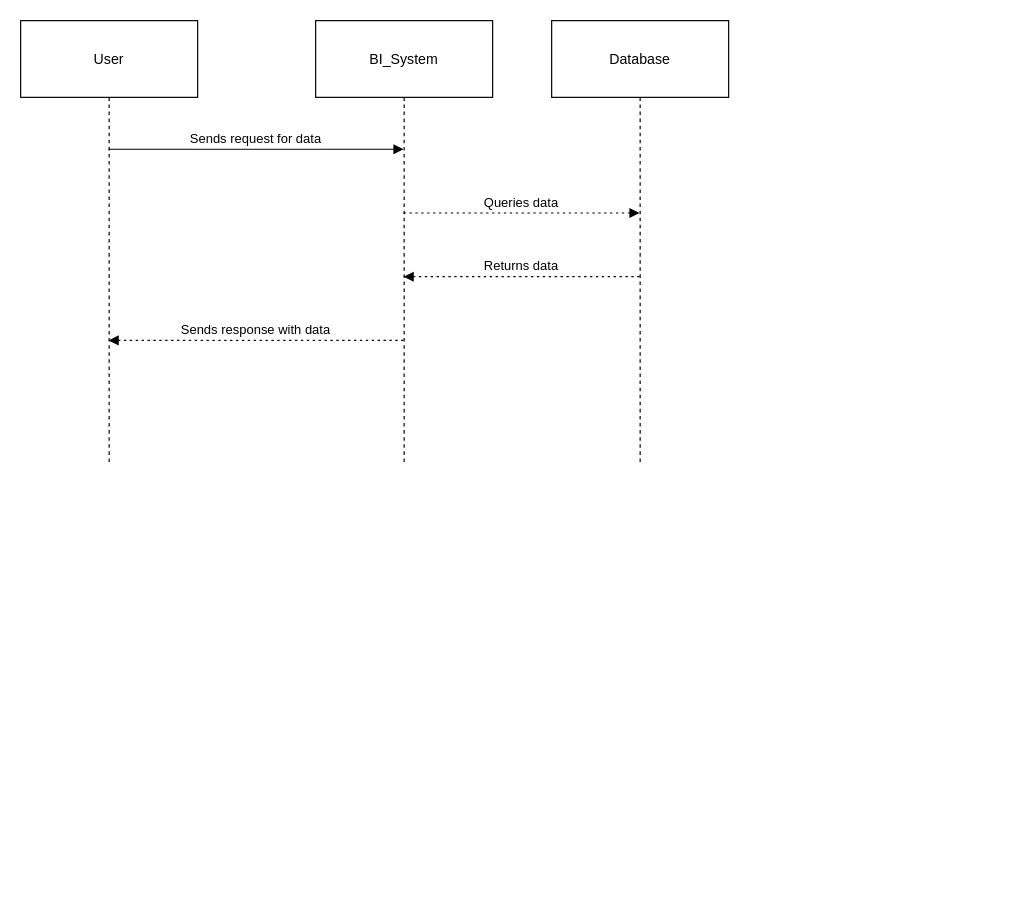
irtezachy/Design-Business-Inteligent-System keeps this draw.io diagram as BI System.drawio. Above is the earlier version. Source tidied: cells renumbered, new cells numbered last; positions are measured from the earlier drawing's top-left corner, leaving out a move shared by most shapes. Both pictures are drawn from the tidied source at 118%, with x=0, y=0 at pixel (20, 20). Pictures stored in the file or linked from it are replaced by grey dashed boxes.
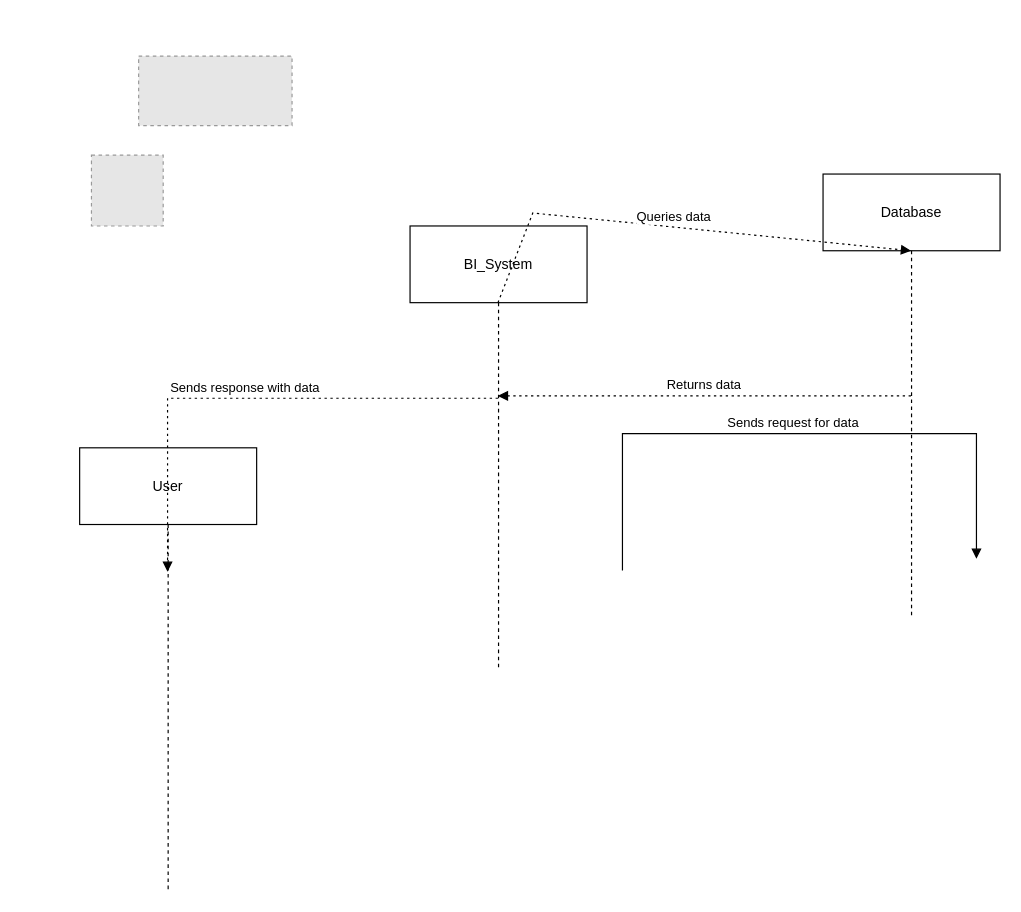
Above is the later version.

Change to the diagram source:
```diff
@@
 <mxGraphModel>
   <root>
     <mxCell id="0" />
     <mxCell id="1" parent="0" />
     <mxCell id="2" value="User" style="shape=umlLifeline;perimeter=lifelinePerimeter;whiteSpace=wrap;outlineConnect=0;portConstraint=eastwest;newEdgeStyle={&quot;edgeStyle&quot;:&quot;elbowEdgeStyle&quot;,&quot;elbow&quot;:&quot;vertical&quot;,&quot;curved&quot;:0,&quot;rounded&quot;:0};size=65;" parent="1" vertex="1">
-      <mxGeometry width="150" height="376" as="geometry" />
+      <mxGeometry x="50" y="362" width="150" height="376" as="geometry" />
     </mxCell>
     <mxCell id="3" value="BI_System" style="shape=umlLifeline;perimeter=lifelinePerimeter;whiteSpace=wrap;outlineConnect=0;portConstraint=eastwest;newEdgeStyle={&quot;edgeStyle&quot;:&quot;elbowEdgeStyle&quot;,&quot;elbow&quot;:&quot;vertical&quot;,&quot;curved&quot;:0,&quot;rounded&quot;:0};size=65;" parent="1" vertex="1">
-      <mxGeometry x="250" width="150" height="376" as="geometry" />
+      <mxGeometry x="330" y="174" width="150" height="376" as="geometry" />
     </mxCell>
     <mxCell id="4" value="Database" style="shape=umlLifeline;perimeter=lifelinePerimeter;whiteSpace=wrap;outlineConnect=0;portConstraint=eastwest;newEdgeStyle={&quot;edgeStyle&quot;:&quot;elbowEdgeStyle&quot;,&quot;elbow&quot;:&quot;vertical&quot;,&quot;curved&quot;:0,&quot;rounded&quot;:0};size=65;" parent="1" vertex="1">
-      <mxGeometry x="450" width="150" height="376" as="geometry" />
+      <mxGeometry x="680" y="130" width="150" height="376" as="geometry" />
     </mxCell>
-    <mxCell id="5" value="Sends request for data" style="verticalAlign=bottom;edgeStyle=elbowEdgeStyle;elbow=vertical;curved=0;rounded=0;endArrow=block;" parent="1" edge="1" source="2" target="3">
+    <mxCell id="5" value="Sends request for data" style="verticalAlign=bottom;edgeStyle=elbowEdgeStyle;elbow=vertical;curved=0;rounded=0;endArrow=block;" parent="1" edge="1">
       <mxGeometry relative="1" as="geometry">
+        <mxPoint x="510" y="466" as="sourcePoint" />
+        <mxPoint x="810" y="456" as="targetPoint" />
         <Array as="points">
-          <mxPoint x="209" y="109" />
+          <mxPoint x="584.5" y="350" />
         </Array>
       </mxGeometry>
     </mxCell>
     <mxCell id="6" value="Queries data" style="verticalAlign=bottom;edgeStyle=elbowEdgeStyle;elbow=vertical;curved=0;rounded=0;dashed=1;dashPattern=2 3;endArrow=block;" parent="1" edge="1" source="3" target="4">
       <mxGeometry relative="1" as="geometry">
         <Array as="points">
           <mxPoint x="434" y="163" />
         </Array>
       </mxGeometry>
     </mxCell>
     <mxCell id="7" value="Returns data" style="verticalAlign=bottom;edgeStyle=elbowEdgeStyle;elbow=vertical;curved=0;rounded=0;dashed=1;dashPattern=2 3;endArrow=block;" parent="1" edge="1" source="4" target="3">
       <mxGeometry relative="1" as="geometry">
         <Array as="points">
           <mxPoint x="437" y="217" />
         </Array>
       </mxGeometry>
     </mxCell>
-    <mxCell id="8" value="Sends response with data" style="verticalAlign=bottom;edgeStyle=elbowEdgeStyle;elbow=vertical;curved=0;rounded=0;dashed=1;dashPattern=2 3;endArrow=block;" parent="1" edge="1" source="3" target="2">
+    <mxCell id="8" value="Sends response with data" style="verticalAlign=bottom;edgeStyle=elbowEdgeStyle;elbow=vertical;curved=0;rounded=0;dashed=1;dashPattern=2 3;endArrow=block;" parent="1" edge="1">
       <mxGeometry relative="1" as="geometry">
+        <mxPoint x="404.5" y="320" as="sourcePoint" />
+        <mxPoint x="124.5" y="467" as="targetPoint" />
         <Array as="points">
-          <mxPoint x="212" y="271" />
+          <mxPoint x="370" y="320" />
+          <mxPoint x="212" y="311" />
         </Array>
       </mxGeometry>
     </mxCell>
+    <mxCell id="9" style="fillColor=#E6E6E6;strokeColor=#999999;dashed=1;verticalLabelPosition=bottom;labelBackgroundColor=default;verticalAlign=top;" parent="1" vertex="1">
+      <mxGeometry x="100" y="30" width="130" height="58.9" as="geometry" />
+    </mxCell>
+    <mxCell id="10" style="fillColor=#E6E6E6;strokeColor=#999999;dashed=1;verticalLabelPosition=bottom;labelBackgroundColor=default;verticalAlign=top;" parent="1" vertex="1">
+      <mxGeometry x="60" y="114" width="60.8" height="60" as="geometry" />
+    </mxCell>
   </root>
 </mxGraphModel>
```
